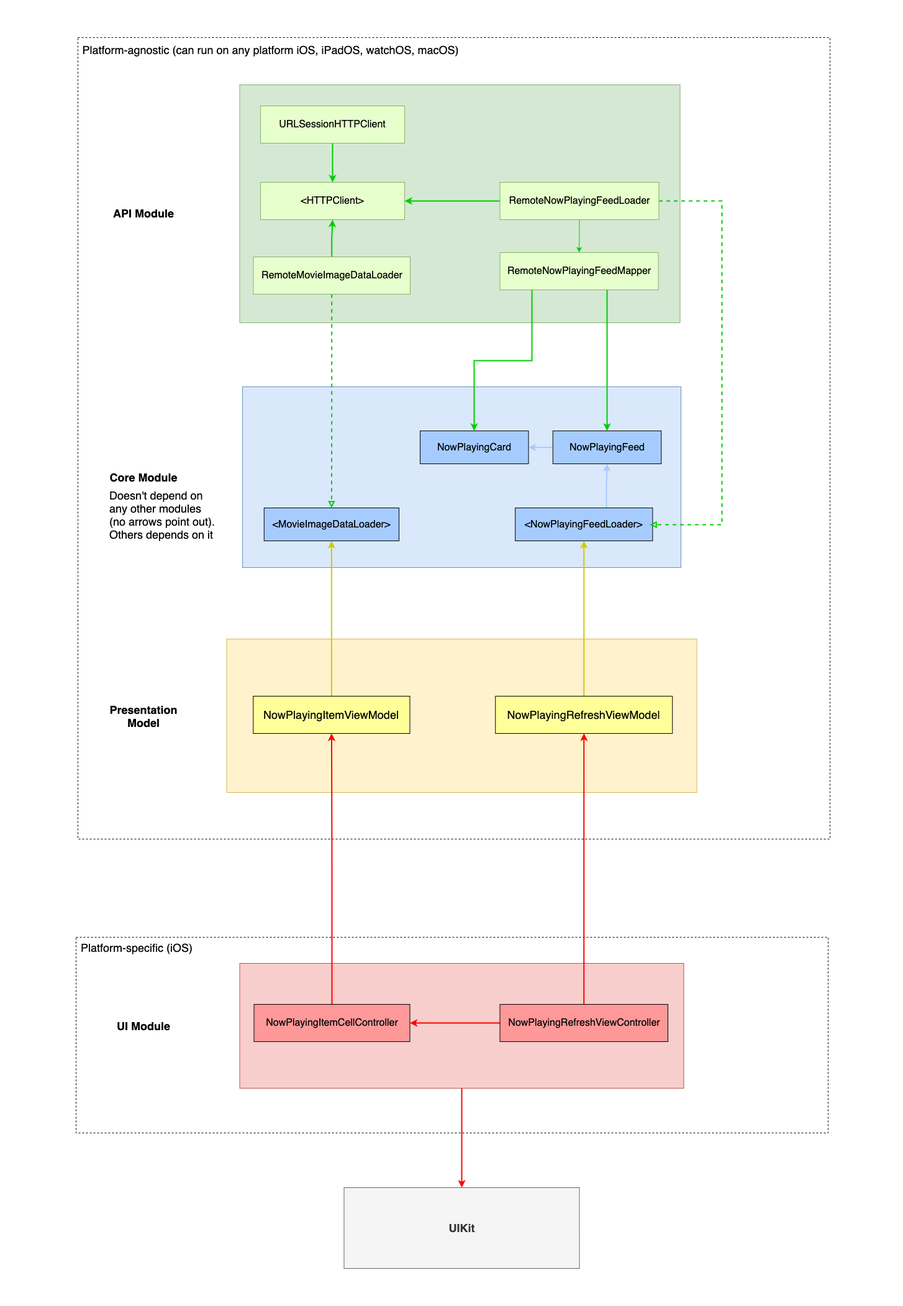
Earlier version of the draw.io export Architecture_MVVM.png (LearnWithTung/MoviesApplication). Source tidied: cells renumbered, new cells last; positions are measured from the earlier drawing's top-left corner, leaving out a move shared by most shapes.
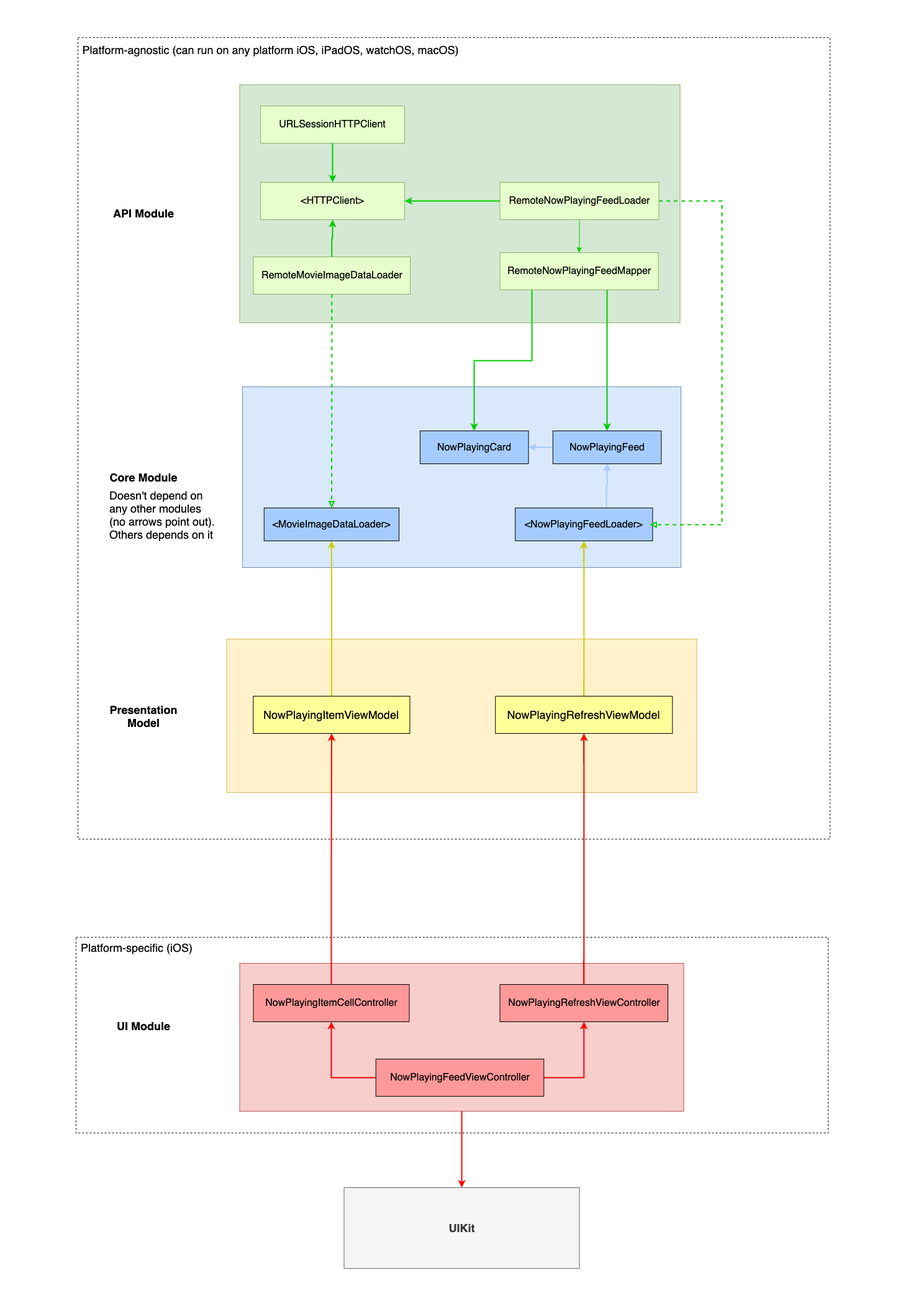
The same diagram one commit later.

Commit message:
correct architecture design image

What changed in the source:
```diff
@@ -94,22 +94,19 @@
       <mxGeometry relative="1" as="geometry" />
     </mxCell>
     <mxCell id="27" style="rounded=0;whiteSpace=wrap;html=1;fillColor=#f8cecc;strokeColor=#b85450;" parent="1" vertex="1">
-      <mxGeometry x="385.5" y="1550" width="715" height="201" as="geometry" />
+      <mxGeometry x="385.5" y="1550" width="715" height="238" as="geometry" />
     </mxCell>
-    <mxCell id="28" style="edgeStyle=orthogonalEdgeStyle;rounded=0;jettySize=auto;html=1;endArrow=classic;endFill=1;strokeWidth=2;strokeColor=#FF0000;" parent="1" edge="1" source="30" target="32">
-      <mxGeometry relative="1" as="geometry" />
-    </mxCell>
     <mxCell id="29" style="edgeStyle=orthogonalEdgeStyle;rounded=0;jettySize=auto;html=1;fontSize=18;endArrow=classic;endFill=1;strokeColor=#FF0000;strokeWidth=2;" parent="1" edge="1" source="30" target="47">
       <mxGeometry relative="1" as="geometry" />
     </mxCell>
     <mxCell id="30" value="NowPlayingRefreshViewController" style="rounded=0;whiteSpace=wrap;html=1;fontSize=16;fillColor=#FF9999;" parent="1" vertex="1">
-      <mxGeometry x="804.5" y="1616" width="270.5" height="60" as="geometry" />
+      <mxGeometry x="804.5" y="1584" width="270.5" height="60" as="geometry" />
     </mxCell>
     <mxCell id="31" style="edgeStyle=orthogonalEdgeStyle;rounded=0;jettySize=auto;html=1;fontSize=18;endArrow=classic;endFill=1;strokeColor=#FF0000;strokeWidth=2;" parent="1" edge="1" source="32" target="45">
       <mxGeometry relative="1" as="geometry" />
     </mxCell>
     <mxCell id="32" value="NowPlayingItemCellController" style="rounded=0;whiteSpace=wrap;html=1;fontSize=16;fillColor=#FF9999;" parent="1" vertex="1">
-      <mxGeometry x="408.5" y="1616" width="251" height="60" as="geometry" />
+      <mxGeometry x="407.5" y="1584" width="251" height="60" as="geometry" />
     </mxCell>
     <mxCell id="33" value="API Module" style="text;html=1;strokeColor=none;fillColor=none;align=center;verticalAlign=middle;whiteSpace=wrap;rounded=0;fontSize=18;fontStyle=1;" parent="1" vertex="1">
       <mxGeometry x="154" y="292.5" width="154" height="101.5" as="geometry" />
@@ -159,5 +156,14 @@
     <mxCell id="48" value="Presentation Model" style="text;html=1;strokeColor=none;fillColor=none;align=center;verticalAlign=middle;whiteSpace=wrap;rounded=0;fontSize=18;fontStyle=1;" parent="1" vertex="1">
       <mxGeometry x="154" y="1100.8" width="154" height="101.5" as="geometry" />
     </mxCell>
+    <mxCell id="49" style="edgeStyle=orthogonalEdgeStyle;rounded=0;jettySize=auto;html=1;fontSize=18;endArrow=classic;endFill=1;strokeWidth=2;exitX=0;exitY=0.5;exitDx=0;exitDy=0;strokeColor=#FF0000;" parent="1" edge="1" source="51" target="32">
+      <mxGeometry relative="1" as="geometry" />
+    </mxCell>
+    <mxCell id="50" style="edgeStyle=orthogonalEdgeStyle;rounded=0;jettySize=auto;html=1;fontSize=18;endArrow=classic;endFill=1;strokeWidth=2;exitX=1;exitY=0.5;exitDx=0;exitDy=0;strokeColor=#FF0000;" parent="1" edge="1" source="51" target="30">
+      <mxGeometry relative="1" as="geometry" />
+    </mxCell>
+    <mxCell id="51" value="NowPlayingFeedViewController" style="rounded=0;whiteSpace=wrap;html=1;fontSize=16;fillColor=#FF9999;" parent="1" vertex="1">
+      <mxGeometry x="604.8" y="1704" width="270.5" height="60" as="geometry" />
+    </mxCell>
   </root>
 </mxGraphModel>
```
